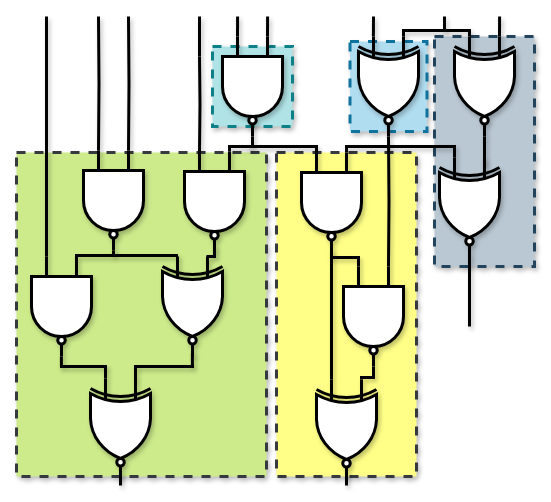
The draw.io diagram mffcDec.drawio in kxzhu0505/LogicSynOpt, before the edit. Source tidied: cells renumbered, new cells numbered last; positions are measured from the earlier drawing's top-left corner, leaving out a move shared by most shapes. Both pictures are drawn from the tidied source at 100%, with x=0, y=0 at pixel (16, 16).
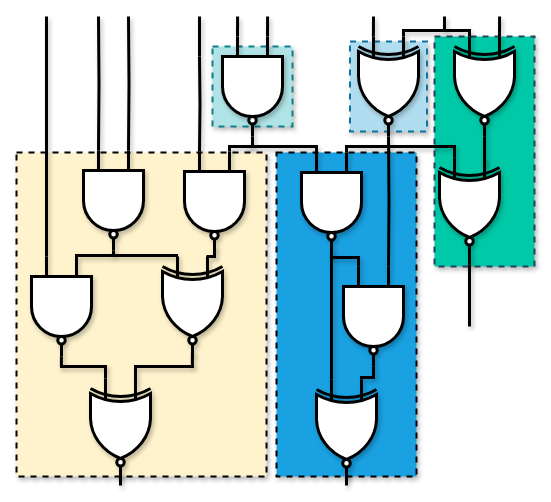
After the change.

The change refers to these unchanged cells:
```xml
<mxCell id="5" style="group;shadow=1;" parent="1" vertex="1">
  <mxGeometry x="15" width="500" height="463" as="geometry" />
</mxCell>
```

Change to the diagram source:
```diff
@@
-    <mxCell id="2" style="rounded=0;whiteSpace=wrap;html=1;dashed=1;strokeWidth=3;fillColor=#bac8d3;strokeColor=#23445d;shadow=1;" parent="1" vertex="1">
+    <mxCell id="2" style="rounded=0;whiteSpace=wrap;html=1;dashed=1;strokeWidth=2;fillColor=#00C9A7;strokeColor=#23445d;shadow=1;" parent="1" vertex="1">
       <mxGeometry x="418" y="20" width="100" height="230" as="geometry" />
     </mxCell>
-    <mxCell id="3" style="rounded=0;whiteSpace=wrap;html=1;dashed=1;strokeWidth=3;fillColor=#ffff88;strokeColor=#36393d;shadow=1;" parent="1" vertex="1">
+    <mxCell id="3" style="rounded=0;whiteSpace=wrap;html=1;dashed=1;strokeWidth=2;fillColor=#1AA1E2;strokeColor=#000000;shadow=1;" parent="1" vertex="1">
       <mxGeometry x="260" y="136" width="140" height="324" as="geometry" />
     </mxCell>
-    <mxCell id="4" style="rounded=0;whiteSpace=wrap;html=1;dashed=1;strokeWidth=3;fillColor=#cdeb8b;strokeColor=#36393d;shadow=1;" parent="1" vertex="1">
+    <mxCell id="4" style="rounded=0;whiteSpace=wrap;html=1;dashed=1;strokeWidth=2;fillColor=#fef3cd;strokeColor=#000000;shadow=1;" parent="1" vertex="1">
       <mxGeometry y="136" width="250" height="324" as="geometry" />
     </mxCell>
@@
-    <mxCell id="6" style="rounded=0;whiteSpace=wrap;html=1;dashed=1;strokeWidth=3;fillColor=#b1ddf0;strokeColor=#10739e;shadow=1;" parent="5" vertex="1">
+    <mxCell id="6" style="rounded=0;whiteSpace=wrap;html=1;dashed=1;strokeWidth=2;fillColor=#b1ddf0;strokeColor=#10739e;shadow=1;" parent="5" vertex="1">
       <mxGeometry x="318.5" y="25" width="77" height="90" as="geometry" />
     </mxCell>
-    <mxCell id="7" style="rounded=0;whiteSpace=wrap;html=1;dashed=1;strokeWidth=3;fillColor=#b0e3e6;strokeColor=#0e8088;shadow=1;" parent="5" vertex="1">
+    <mxCell id="7" style="rounded=0;whiteSpace=wrap;html=1;dashed=1;strokeWidth=2;fillColor=#b0e3e6;strokeColor=#0e8088;shadow=1;" parent="5" vertex="1">
       <mxGeometry x="181" y="30" width="80" height="80" as="geometry" />
     </mxCell>
```
